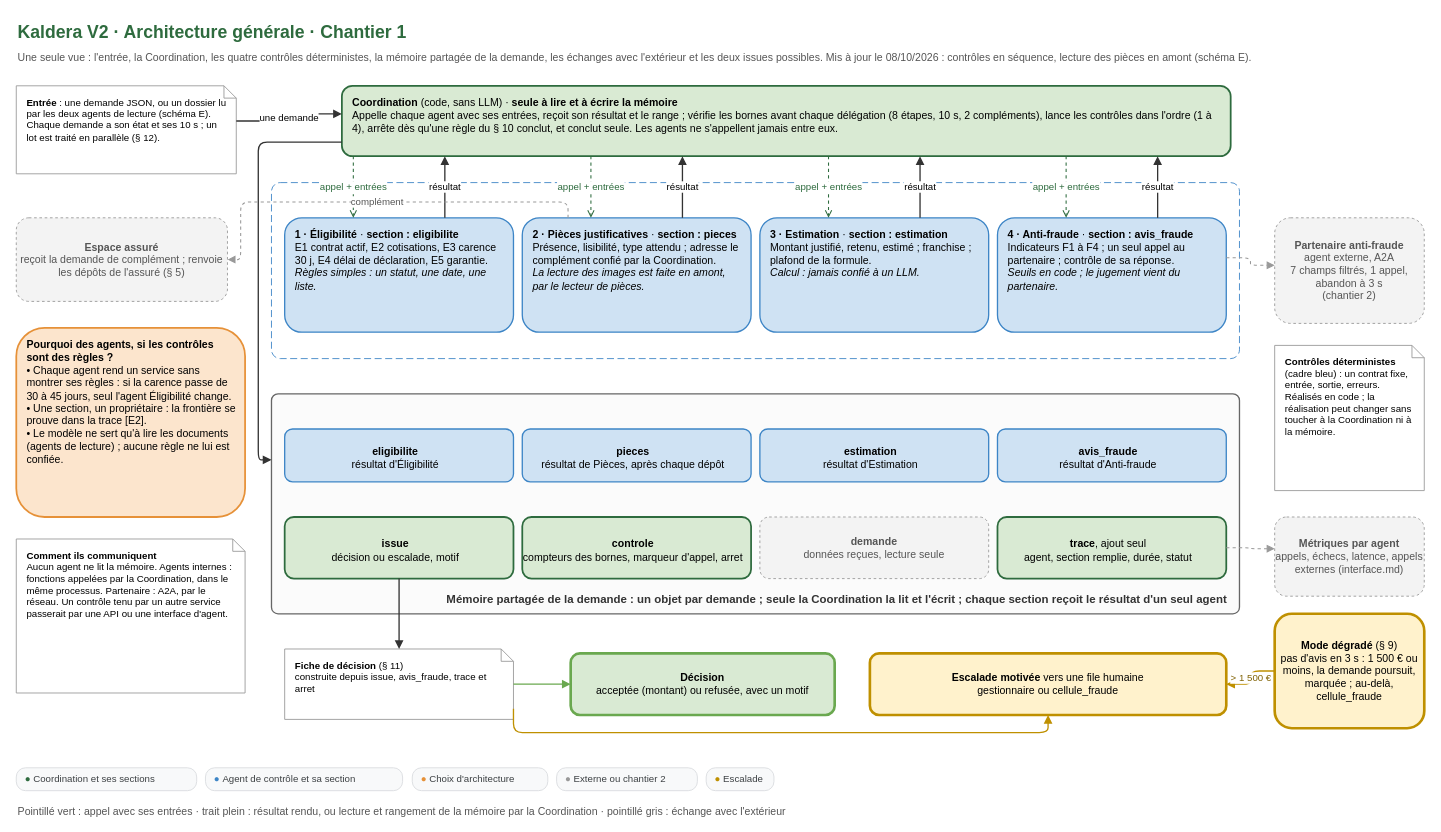
This is conception/schemas/schema-A-architecture-generale.drawio from Ganda15/kaldera-bout-en-bout_v2, a draw.io file, before an edit. Source tidied: cells renumbered, new cells numbered last; positions are measured from the earlier drawing's top-left corner, leaving out a move shared by most shapes. Both pictures are drawn from the tidied source at 88%, with x=0, y=0 at pixel (16, 15).
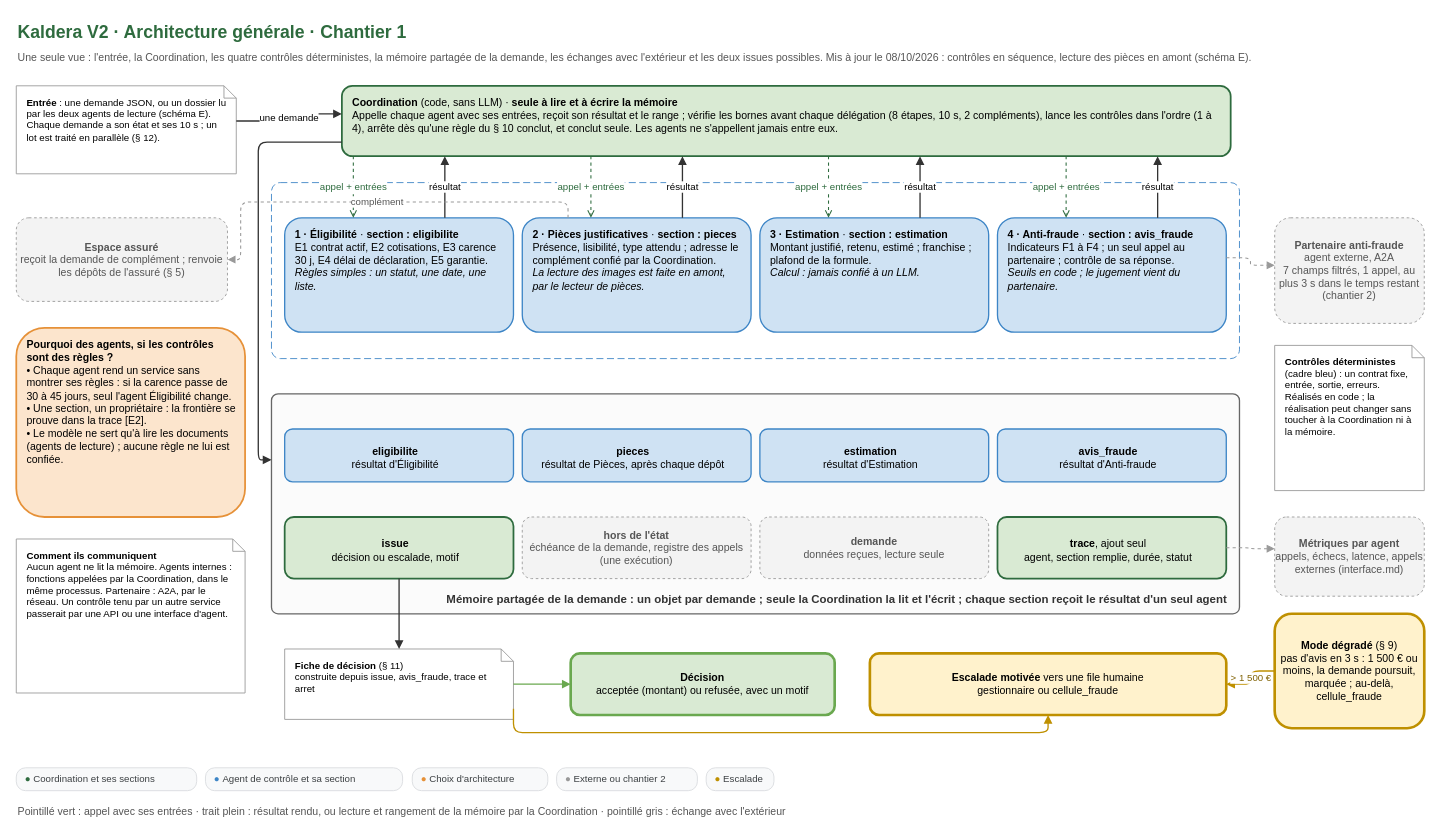
After the change.

Change to the diagram source:
```diff
@@
-    <mxCell id="26" value="&lt;b&gt;controle&lt;/b&gt;&lt;br&gt;compteurs des bornes, marqueur d'appel, arret" style="whiteSpace=wrap;html=1;fontFamily=Arial;fontSize=12;align=left;spacingLeft=10;spacingRight=8;verticalAlign=top;spacingTop=6;rounded=1;fillColor=#d9ead3;strokeColor=#2E6B3E;strokeWidth=2;align=center;verticalAlign=middle;spacingLeft=0;" parent="1" vertex="1">
+    <mxCell id="26" value="&lt;b&gt;hors de l'état&lt;/b&gt;&lt;br&gt;échéance de la demande, registre des appels (une exécution)" style="whiteSpace=wrap;html=1;fontFamily=Arial;fontSize=12;rounded=1;fillColor=#f3f3f3;strokeColor=#999999;dashed=1;fontColor=#555555;" parent="1" vertex="1">
       <mxGeometry x="575" y="570" width="260" height="70" as="geometry" />
     </mxCell>
@@
-    <mxCell id="33" value="&lt;b&gt;Partenaire anti-fraude&lt;/b&gt;&lt;br&gt;agent externe, A2A&lt;br&gt;7 champs filtrés, 1 appel, abandon à 3 s&lt;br&gt;(chantier 2)" style="whiteSpace=wrap;html=1;fontFamily=Arial;fontSize=12;rounded=1;fillColor=#f3f3f3;strokeColor=#999999;dashed=1;fontColor=#555555;" parent="1" vertex="1">
+    <mxCell id="33" value="&lt;b&gt;Partenaire anti-fraude&lt;/b&gt;&lt;br&gt;agent externe, A2A&lt;br&gt;7 champs filtrés, 1 appel, au plus 3 s dans le temps restant&lt;br&gt;(chantier 2)" style="whiteSpace=wrap;html=1;fontFamily=Arial;fontSize=12;rounded=1;fillColor=#f3f3f3;strokeColor=#999999;dashed=1;fontColor=#555555;" parent="1" vertex="1">
       <mxGeometry x="1430" y="230" width="170" height="120" as="geometry" />
     </mxCell>
```
